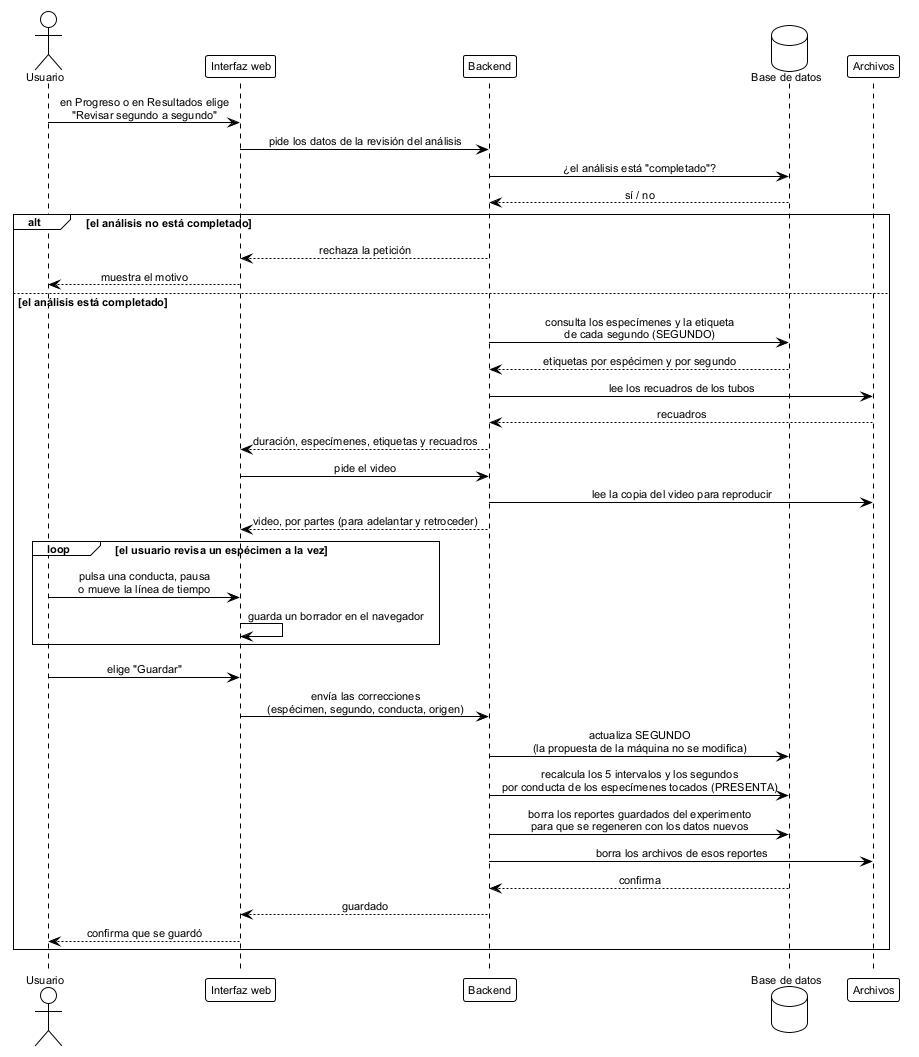
Earlier version of the PlantUML export figures/mermaid/seq_revision_segundos.png (ErickJester/fst-ai-system-latex).
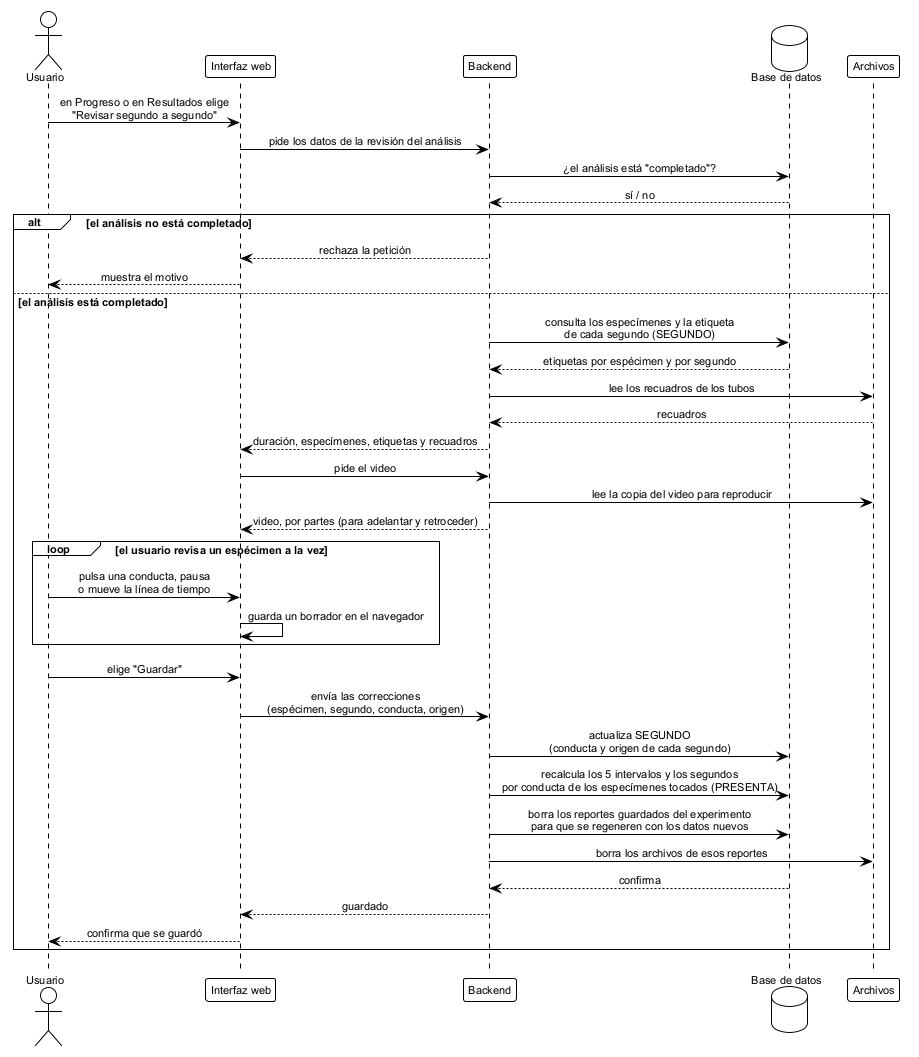
Later version of the same file.

The edit, as a diff of the source:
```diff
@@ -38,7 +38,7 @@
 
   u -> ui: elige "Guardar"
   ui -> api: envía las correcciones\n(espécimen, segundo, conducta, origen)
-  api -> db: actualiza SEGUNDO\n(la propuesta de la máquina no se modifica)
+  api -> db: actualiza SEGUNDO\n(conducta y origen de cada segundo)
   api -> db: recalcula los 5 intervalos y los segundos\npor conducta de los especímenes tocados (PRESENTA)
   api -> db: borra los reportes guardados del experimento\npara que se regeneren con los datos nuevos
   api -> fs: borra los archivos de esos reportes
```
